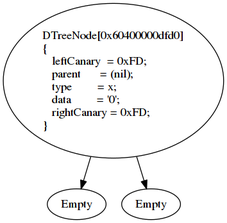
The Graphviz diagram Differentiator/dump/tree.png in ZeronSix/technotrack, before a commit. Its source is kept beside it as Differentiator/dump/tree.gv.
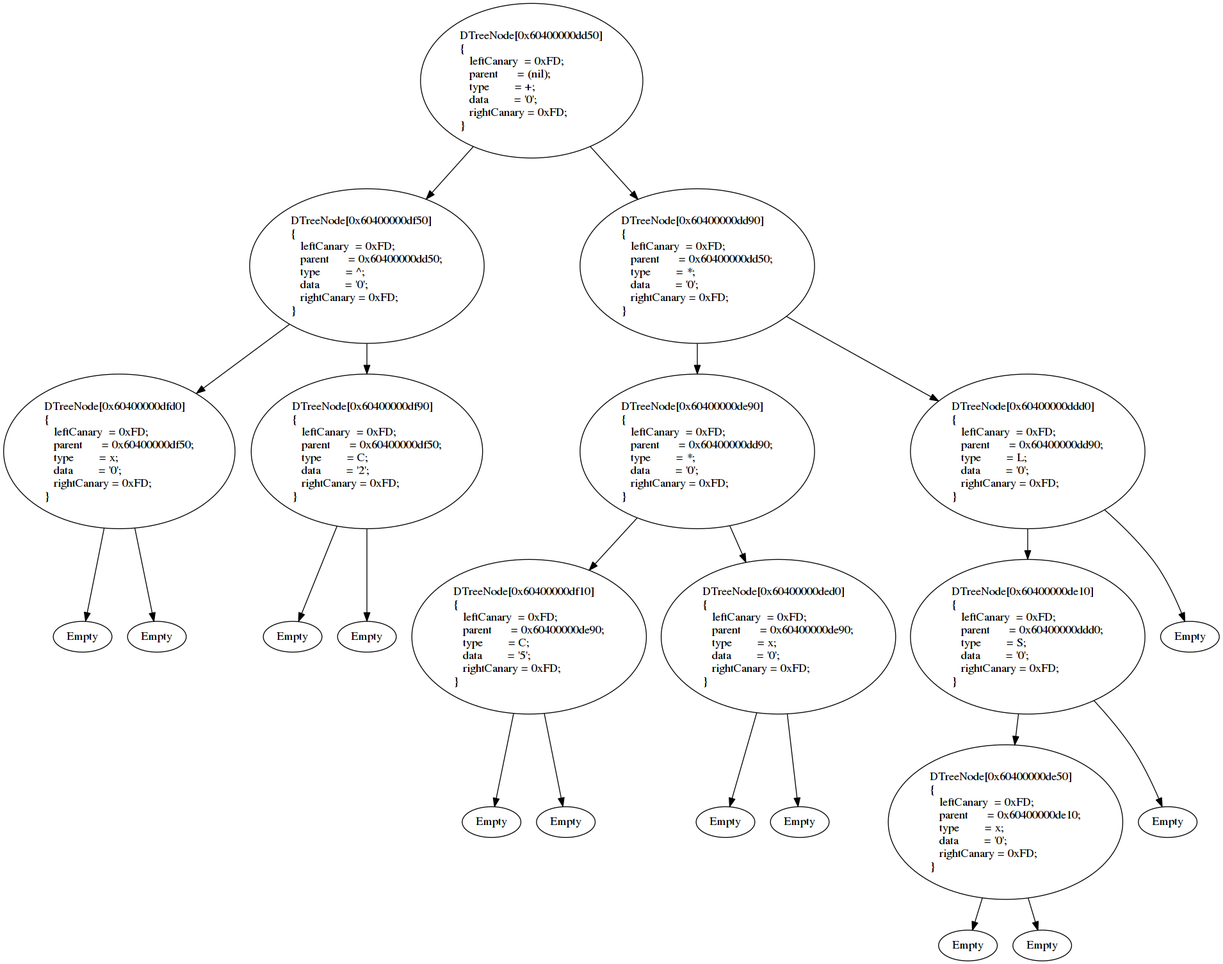
After the commit.

Change to the diagram source:
```diff
@@ -1,7 +1,47 @@
 digraph G {
-DTreeNode_0x60400000dfd0 [label="DTreeNode[0x60400000dfd0]\l{\l   leftCanary  = 0xFD;\l   parent      = (nil);\l   type        = x;\l   data        = '0';\l   rightCanary = 0xFD;\l}\l"]
+DTreeNode_0x60400000dd50 [label="DTreeNode[0x60400000dd50]\l{\l   leftCanary  = 0xFD;\l   parent      = (nil);\l   type        = +;\l   data        = '0';\l   rightCanary = 0xFD;\l}\l"]
+DTreeNode_0x60400000df50 [label="DTreeNode[0x60400000df50]\l{\l   leftCanary  = 0xFD;\l   parent      = 0x60400000dd50;\l   type        = ^;\l   data        = '0';\l   rightCanary = 0xFD;\l}\l"]
+DTreeNode_0x60400000dfd0 [label="DTreeNode[0x60400000dfd0]\l{\l   leftCanary  = 0xFD;\l   parent      = 0x60400000df50;\l   type        = x;\l   data        = '0';\l   rightCanary = 0xFD;\l}\l"]
 DTreeNode_0x60400000dfd0_Left [label="Empty"]
 DTreeNode_0x60400000dfd0 -> DTreeNode_0x60400000dfd0_Left
 DTreeNode_0x60400000dfd0_Right [label="Empty"]
 DTreeNode_0x60400000dfd0 -> DTreeNode_0x60400000dfd0_Right
+DTreeNode_0x60400000df90 [label="DTreeNode[0x60400000df90]\l{\l   leftCanary  = 0xFD;\l   parent      = 0x60400000df50;\l   type        = C;\l   data        = '2';\l   rightCanary = 0xFD;\l}\l"]
+DTreeNode_0x60400000df90_Left [label="Empty"]
+DTreeNode_0x60400000df90 -> DTreeNode_0x60400000df90_Left
+DTreeNode_0x60400000df90_Right [label="Empty"]
+DTreeNode_0x60400000df90 -> DTreeNode_0x60400000df90_Right
+DTreeNode_0x60400000df50 -> DTreeNode_0x60400000dfd0
+DTreeNode_0x60400000df50 -> DTreeNode_0x60400000df90
+DTreeNode_0x60400000dd90 [label="DTreeNode[0x60400000dd90]\l{\l   leftCanary  = 0xFD;\l   parent      = 0x60400000dd50;\l   type        = *;\l   data        = '0';\l   rightCanary = 0xFD;\l}\l"]
+DTreeNode_0x60400000de90 [label="DTreeNode[0x60400000de90]\l{\l   leftCanary  = 0xFD;\l   parent      = 0x60400000dd90;\l   type        = *;\l   data        = '0';\l   rightCanary = 0xFD;\l}\l"]
+DTreeNode_0x60400000df10 [label="DTreeNode[0x60400000df10]\l{\l   leftCanary  = 0xFD;\l   parent      = 0x60400000de90;\l   type        = C;\l   data        = '5';\l   rightCanary = 0xFD;\l}\l"]
+DTreeNode_0x60400000df10_Left [label="Empty"]
+DTreeNode_0x60400000df10 -> DTreeNode_0x60400000df10_Left
+DTreeNode_0x60400000df10_Right [label="Empty"]
+DTreeNode_0x60400000df10 -> DTreeNode_0x60400000df10_Right
+DTreeNode_0x60400000ded0 [label="DTreeNode[0x60400000ded0]\l{\l   leftCanary  = 0xFD;\l   parent      = 0x60400000de90;\l   type        = x;\l   data        = '0';\l   rightCanary = 0xFD;\l}\l"]
+DTreeNode_0x60400000ded0_Left [label="Empty"]
+DTreeNode_0x60400000ded0 -> DTreeNode_0x60400000ded0_Left
+DTreeNode_0x60400000ded0_Right [label="Empty"]
+DTreeNode_0x60400000ded0 -> DTreeNode_0x60400000ded0_Right
+DTreeNode_0x60400000de90 -> DTreeNode_0x60400000df10
+DTreeNode_0x60400000de90 -> DTreeNode_0x60400000ded0
+DTreeNode_0x60400000ddd0 [label="DTreeNode[0x60400000ddd0]\l{\l   leftCanary  = 0xFD;\l   parent      = 0x60400000dd90;\l   type        = L;\l   data        = '0';\l   rightCanary = 0xFD;\l}\l"]
+DTreeNode_0x60400000de10 [label="DTreeNode[0x60400000de10]\l{\l   leftCanary  = 0xFD;\l   parent      = 0x60400000ddd0;\l   type        = S;\l   data        = '0';\l   rightCanary = 0xFD;\l}\l"]
+DTreeNode_0x60400000de50 [label="DTreeNode[0x60400000de50]\l{\l   leftCanary  = 0xFD;\l   parent      = 0x60400000de10;\l   type        = x;\l   data        = '0';\l   rightCanary = 0xFD;\l}\l"]
+DTreeNode_0x60400000de50_Left [label="Empty"]
+DTreeNode_0x60400000de50 -> DTreeNode_0x60400000de50_Left
+DTreeNode_0x60400000de50_Right [label="Empty"]
+DTreeNode_0x60400000de50 -> DTreeNode_0x60400000de50_Right
+DTreeNode_0x60400000de10_Left [label="Empty"]
+DTreeNode_0x60400000de10 -> DTreeNode_0x60400000de10_Left
+DTreeNode_0x60400000de10 -> DTreeNode_0x60400000de50
+DTreeNode_0x60400000ddd0_Left [label="Empty"]
+DTreeNode_0x60400000ddd0 -> DTreeNode_0x60400000ddd0_Left
+DTreeNode_0x60400000ddd0 -> DTreeNode_0x60400000de10
+DTreeNode_0x60400000dd90 -> DTreeNode_0x60400000de90
+DTreeNode_0x60400000dd90 -> DTreeNode_0x60400000ddd0
+DTreeNode_0x60400000dd50 -> DTreeNode_0x60400000df50
+DTreeNode_0x60400000dd50 -> DTreeNode_0x60400000dd90
 }
```
